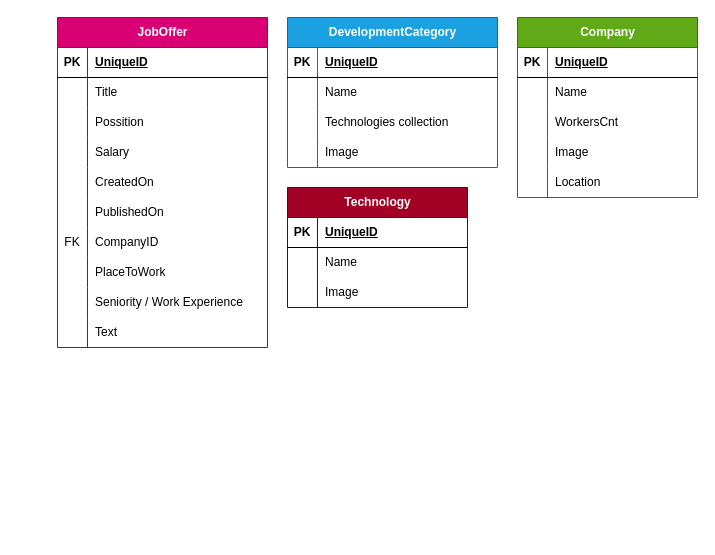
Above: Database diagram - scheme/Untitled Diagram.drawio in hristianivanov/ITJob-Finder-ASP.NET-MVC (draw.io), before the change. Source tidied: cells renumbered, new cells numbered last; positions are measured from the earlier drawing's top-left corner, leaving out a move shared by most shapes. Both pictures are drawn from the tidied source at 100%, with x=0, y=0 at pixel (17, 17).
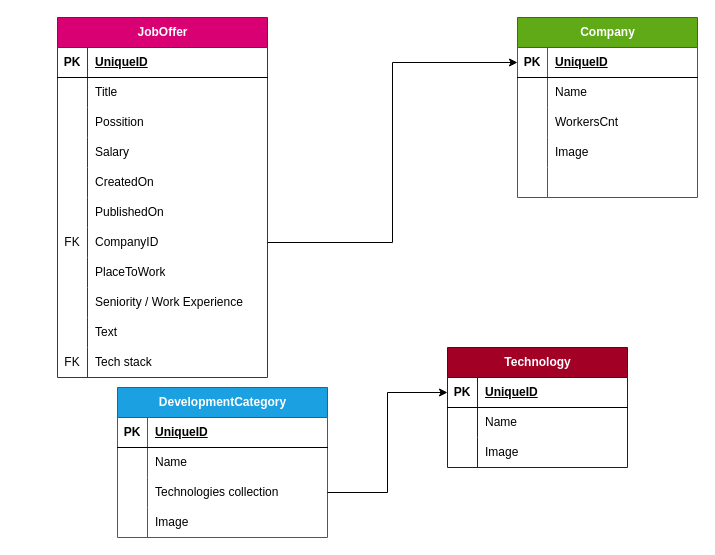
Above is the later version.

The change refers to these unchanged cells:
```xml
<mxCell id="21" style="shape=tableRow;horizontal=0;startSize=0;swimlaneHead=0;swimlaneBody=0;fillColor=none;points=[[0,0.5],[1,0.5]];portConstraint=eastwest;top=0;left=0;right=0;bottom=0;" parent="2" vertex="1">
  <mxGeometry y="210" width="210" height="30" as="geometry" />
</mxCell>
<mxCell id="41" style="shape=tableRow;horizontal=0;startSize=0;swimlaneHead=0;swimlaneBody=0;fillColor=none;points=[[0,0.5],[1,0.5]];portConstraint=eastwest;top=0;left=0;right=0;bottom=0;" parent="34" vertex="1">
  <mxGeometry y="90" width="210" height="30" as="geometry" />
</mxCell>
<mxCell id="48" style="shape=tableRow;horizontal=0;startSize=0;swimlaneHead=0;swimlaneBody=0;fillColor=none;points=[[0,0.5],[1,0.5]];portConstraint=eastwest;top=0;left=0;right=0;bottom=1;" parent="47" vertex="1">
  <mxGeometry y="30" width="180" height="30" as="geometry" />
</mxCell>
<mxCell id="60" style="shape=tableRow;horizontal=0;startSize=0;swimlaneHead=0;swimlaneBody=0;fillColor=none;top=0;left=0;right=0;bottom=0;" parent="47" vertex="1">
  <mxGeometry y="150" width="180" height="30" as="geometry" />
</mxCell>
<mxCell id="64" style="shape=tableRow;horizontal=0;startSize=0;swimlaneHead=0;swimlaneBody=0;fillColor=none;points=[[0,0.5],[1,0.5]];portConstraint=eastwest;top=0;left=0;right=0;bottom=1;" parent="63" vertex="1">
  <mxGeometry y="30" width="180" height="30" as="geometry" />
</mxCell>
```

The edit, as a diff of the source:
```diff
@@
     <mxCell id="2" value="JobOffer" style="shape=table;startSize=30;childLayout=tableLayout;rowLines=0;fontStyle=1;align=center;html=1;fillColor=#d80073;fontColor=#ffffff;strokeColor=#A50040;swimlaneFillColor=default;shadow=0;rounded=0;" parent="1" vertex="1">
-      <mxGeometry x="40" width="210" height="330" as="geometry" />
+      <mxGeometry x="40" width="210" height="360" as="geometry" />
     </mxCell>
@@
+    <mxCell id="73" style="shape=tableRow;horizontal=0;startSize=0;swimlaneHead=0;swimlaneBody=0;fillColor=none;top=0;left=0;right=0;bottom=0;" parent="2" vertex="1">
+      <mxGeometry y="330" width="210" height="30" as="geometry" />
+    </mxCell>
+    <mxCell id="74" value="FK" style="shape=partialRectangle;fillColor=none;top=0;left=0;bottom=0;right=0;overflow=hidden;whiteSpace=wrap;html=1;" parent="73" vertex="1">
+      <mxGeometry width="30" height="30" as="geometry" />
+    </mxCell>
+    <mxCell id="75" value="Tech stack" style="shape=partialRectangle;fillColor=none;top=0;left=0;bottom=0;right=0;align=left;spacingLeft=6;overflow=hidden;whiteSpace=wrap;html=1;" parent="73" vertex="1">
+      <mxGeometry x="30" width="180" height="30" as="geometry" />
+    </mxCell>
@@
     <mxCell id="34" value="DevelopmentCategory" style="shape=table;startSize=30;childLayout=tableLayout;rowLines=0;fontStyle=1;align=center;html=1;fillColor=#1ba1e2;fontColor=#ffffff;strokeColor=#006EAF;swimlaneFillColor=default;shadow=0;rounded=0;" parent="1" vertex="1">
-      <mxGeometry x="270" width="210" height="150" as="geometry" />
+      <mxGeometry x="100" y="370" width="210" height="150" as="geometry" />
     </mxCell>
@@
-    <mxCell id="62" value="Location" style="shape=partialRectangle;fillColor=none;top=0;left=0;bottom=0;right=0;align=left;spacingLeft=6;overflow=hidden;whiteSpace=wrap;html=1;" parent="60" vertex="1">
-      <mxGeometry x="30" width="150" height="30" as="geometry" />
-    </mxCell>
+    <mxCell id="76" style="shape=partialRectangle;fillColor=none;top=0;left=0;bottom=0;right=0;align=left;spacingLeft=6;overflow=hidden;whiteSpace=wrap;html=1;" parent="60" vertex="1">
+      <mxGeometry x="30" width="150" height="30" as="geometry" />
+    </mxCell>
     <mxCell id="63" value="Technology" style="shape=table;startSize=30;childLayout=tableLayout;rowLines=0;fontStyle=1;align=center;html=1;fillColor=#a20025;fontColor=#ffffff;strokeColor=#6F0000;" parent="1" vertex="1">
-      <mxGeometry x="270" y="170" width="180" height="120" as="geometry" />
+      <mxGeometry x="430" y="330" width="180" height="120" as="geometry" />
     </mxCell>
@@
+    <mxCell id="77" style="edgeStyle=orthogonalEdgeStyle;rounded=0;jettySize=auto;html=1;exitX=1;exitY=0.5;exitDx=0;exitDy=0;" parent="1" edge="1" source="41" target="64">
+      <mxGeometry relative="1" as="geometry" />
+    </mxCell>
+    <mxCell id="78" style="edgeStyle=orthogonalEdgeStyle;rounded=0;jettySize=auto;html=1;" parent="1" edge="1" source="21" target="48">
+      <mxGeometry relative="1" as="geometry" />
+    </mxCell>
```
